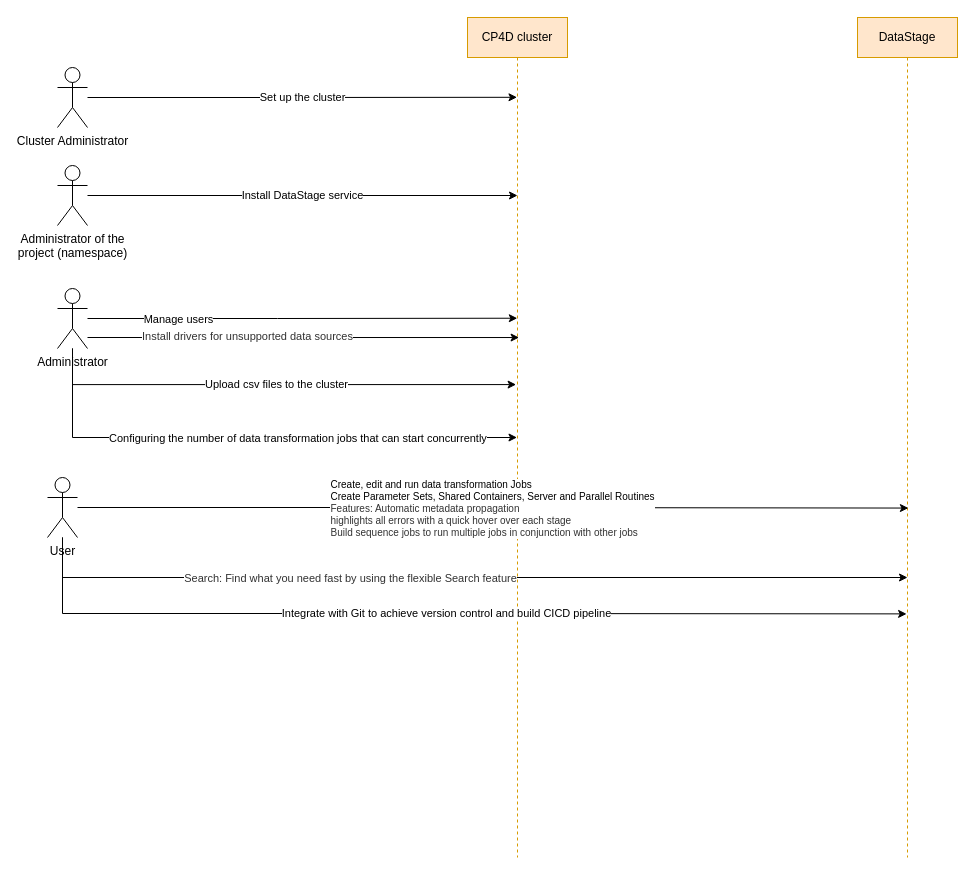
Above: datastage.drawio in kanchantewary/CloudPakForData (draw.io), before the change. Source tidied: cells renumbered, new cells numbered last; positions are measured from the earlier drawing's top-left corner, leaving out a move shared by most shapes. Both pictures are drawn from the tidied source at 100%, with x=0, y=0 at pixel (47, 17).
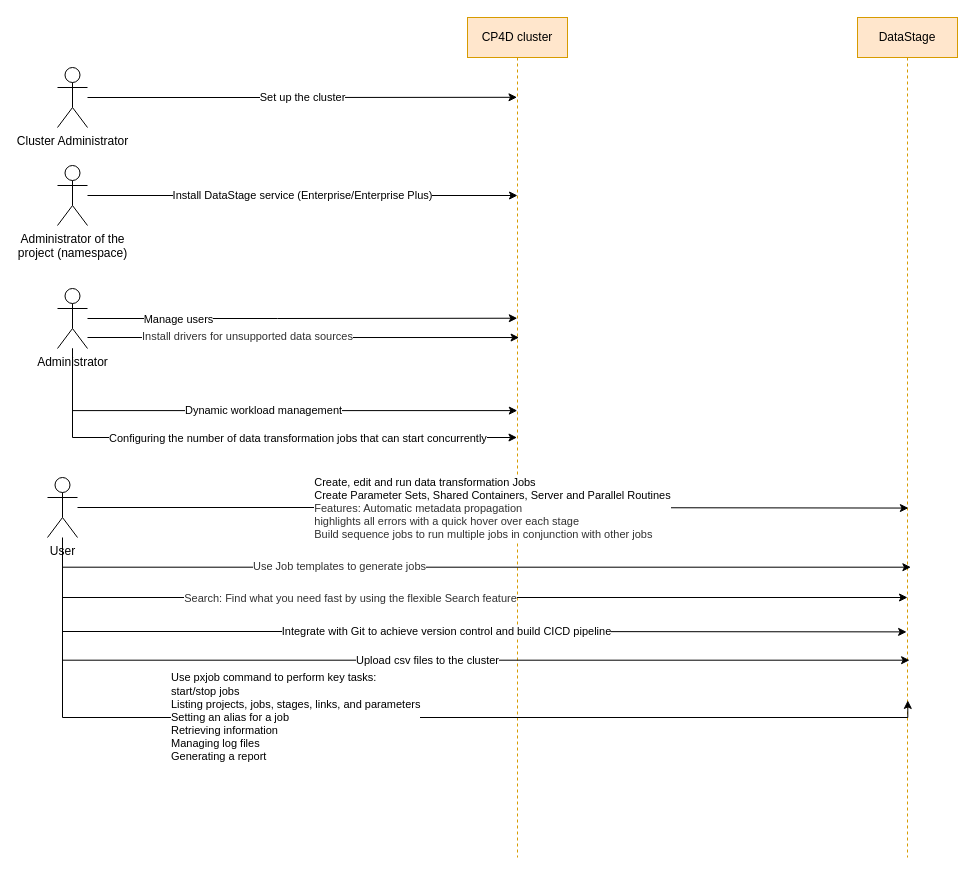
After the change.

The change refers to these unchanged cells:
```xml
<mxCell id="2" value="DataStage" style="shape=umlLifeline;perimeter=lifelinePerimeter;whiteSpace=wrap;html=1;outlineConnect=0;fillColor=#ffe6cc;strokeColor=#d79b00;" parent="1" vertex="1">
  <mxGeometry x="810" width="100" height="840" as="geometry" />
</mxCell>
<mxCell id="4" value="Administrator of the &lt;br&gt;project (namespace)" style="shape=umlActor;verticalLabelPosition=bottom;verticalAlign=top;html=1;outlineConnect=0;" parent="1" vertex="1">
  <mxGeometry x="10" y="148" width="30" height="60" as="geometry" />
</mxCell>
<mxCell id="5" value="CP4D cluster" style="shape=umlLifeline;perimeter=lifelinePerimeter;whiteSpace=wrap;html=1;outlineConnect=0;fillColor=#ffe6cc;strokeColor=#d79b00;" parent="1" vertex="1">
  <mxGeometry x="420" width="100" height="840" as="geometry" />
</mxCell>
<mxCell id="15" value="Administrator" style="shape=umlActor;verticalLabelPosition=bottom;verticalAlign=top;html=1;outlineConnect=0;" parent="1" vertex="1">
  <mxGeometry x="10" y="271" width="30" height="60" as="geometry" />
</mxCell>
<mxCell id="20" value="User" style="shape=umlActor;verticalLabelPosition=bottom;verticalAlign=top;html=1;outlineConnect=0;" parent="1" vertex="1">
  <mxGeometry y="460" width="30" height="60" as="geometry" />
</mxCell>
```

Change to the diagram source:
```diff
@@
-    <mxCell id="3" value="Install DataStage service" style="edgeStyle=orthogonalEdgeStyle;rounded=0;jettySize=auto;html=1;" parent="1" edge="1" source="4">
+    <mxCell id="3" value="Install DataStage service (Enterprise/Enterprise Plus)" style="edgeStyle=orthogonalEdgeStyle;rounded=0;jettySize=auto;html=1;" parent="1" edge="1" source="4">
       <mxGeometry relative="1" as="geometry">
         <mxPoint x="470" y="178" as="targetPoint" />
       </mxGeometry>
     </mxCell>
@@
-    <mxCell id="14" value="Upload csv files to the cluster" style="edgeStyle=orthogonalEdgeStyle;rounded=0;jettySize=auto;html=1;entryX=0.486;entryY=0.437;entryDx=0;entryDy=0;entryPerimeter=0;" parent="1" edge="1" source="15" target="5">
+    <mxCell id="14" value="Upload csv files to the cluster" style="edgeStyle=orthogonalEdgeStyle;rounded=0;orthogonalLoop=1;jettySize=auto;html=1;entryX=0.521;entryY=0.758;entryDx=0;entryDy=0;entryPerimeter=0;" parent="1" edge="1">
       <mxGeometry relative="1" as="geometry">
+        <mxPoint x="15" y="526" as="sourcePoint" />
+        <mxPoint x="862.1" y="642.7" as="targetPoint" />
         <Array as="points">
-          <mxPoint x="25" y="367" />
+          <mxPoint x="15" y="643" />
         </Array>
       </mxGeometry>
     </mxCell>
+    <mxCell id="21" value="Dynamic workload management" style="edgeStyle=orthogonalEdgeStyle;rounded=0;jettySize=auto;html=1;entryX=0.498;entryY=0.468;entryDx=0;entryDy=0;entryPerimeter=0;" parent="1" edge="1" source="15" target="5">
+      <mxGeometry relative="1" as="geometry">
+        <Array as="points">
+          <mxPoint x="25" y="393" />
+        </Array>
+      </mxGeometry>
+    </mxCell>
@@
-    <mxCell id="16" value="&lt;div style=&quot;text-align: left ; font-size: 10px&quot;&gt;&lt;font style=&quot;font-size: 10px&quot;&gt;Create, edit and run data transformation Jobs&lt;/font&gt;&lt;/div&gt;&lt;div style=&quot;text-align: left ; font-size: 10px&quot;&gt;&lt;font style=&quot;font-size: 10px&quot;&gt;Create Parameter Sets, Shared Containers, Server and Parallel Routines&lt;/font&gt;&lt;/div&gt;&lt;font style=&quot;font-size: 10px&quot;&gt;&lt;div style=&quot;text-align: left&quot;&gt;&lt;span style=&quot;color: rgb(50 , 50 , 50)&quot;&gt;&lt;font style=&quot;font-size: 10px&quot;&gt;Features: Automatic metadata propagation&lt;/font&gt;&lt;/span&gt;&lt;/div&gt;&lt;span style=&quot;color: rgb(50 , 50 , 50)&quot;&gt;&lt;div style=&quot;text-align: left&quot;&gt;&lt;font style=&quot;font-size: 10px&quot;&gt;highlights all errors with a quick hover over each stage&lt;/font&gt;&lt;/div&gt;&lt;div style=&quot;text-align: left&quot;&gt;&lt;font style=&quot;font-size: 10px&quot;&gt;Build sequence jobs to run multiple jobs in conjunction with other jobs&lt;/font&gt;&lt;br&gt;&lt;/div&gt;&lt;/span&gt;&lt;/font&gt;" style="edgeStyle=orthogonalEdgeStyle;rounded=0;jettySize=auto;html=1;entryX=0.509;entryY=0.584;entryDx=0;entryDy=0;entryPerimeter=0;" parent="1" edge="1" source="20" target="2">
+    <mxCell id="16" value="&lt;div style=&quot;text-align: left&quot;&gt;&lt;font style=&quot;font-size: 11px&quot;&gt;Create, edit and run data transformation Jobs&lt;/font&gt;&lt;/div&gt;&lt;div style=&quot;text-align: left&quot;&gt;&lt;font style=&quot;font-size: 11px&quot;&gt;Create Parameter Sets, Shared Containers, Server and Parallel Routines&lt;/font&gt;&lt;/div&gt;&lt;font style=&quot;font-size: 11px&quot;&gt;&lt;div style=&quot;text-align: left&quot;&gt;&lt;span style=&quot;color: rgb(50 , 50 , 50)&quot;&gt;&lt;font style=&quot;font-size: 11px&quot;&gt;Features: Automatic metadata propagation&lt;/font&gt;&lt;/span&gt;&lt;/div&gt;&lt;span style=&quot;color: rgb(50 , 50 , 50)&quot;&gt;&lt;div style=&quot;text-align: left&quot;&gt;&lt;font style=&quot;font-size: 11px&quot;&gt;highlights all errors with a quick hover over each stage&lt;/font&gt;&lt;/div&gt;&lt;div style=&quot;text-align: left&quot;&gt;&lt;font style=&quot;font-size: 11px&quot;&gt;Build sequence jobs to run multiple jobs in conjunction with other jobs&lt;/font&gt;&lt;/div&gt;&lt;/span&gt;&lt;/font&gt;" style="edgeStyle=orthogonalEdgeStyle;rounded=0;jettySize=auto;html=1;entryX=0.509;entryY=0.584;entryDx=0;entryDy=0;entryPerimeter=0;" parent="1" edge="1" source="20" target="2">
       <mxGeometry relative="1" as="geometry" />
     </mxCell>
-    <mxCell id="17" style="edgeStyle=orthogonalEdgeStyle;rounded=0;jettySize=auto;html=1;" parent="1" edge="1" source="20">
+    <mxCell id="17" style="edgeStyle=orthogonalEdgeStyle;rounded=0;orthogonalLoop=1;jettySize=auto;html=1;" parent="1" edge="1">
       <mxGeometry relative="1" as="geometry">
-        <mxPoint x="860" y="560" as="targetPoint" />
+        <mxPoint x="15" y="540" as="sourcePoint" />
+        <mxPoint x="860" y="580" as="targetPoint" />
         <Array as="points">
-          <mxPoint x="15" y="560" />
-          <mxPoint x="860" y="560" />
+          <mxPoint x="15" y="580" />
+          <mxPoint x="860" y="580" />
         </Array>
       </mxGeometry>
     </mxCell>
@@
-    <mxCell id="19" value="Integrate with Git to achieve version control and build CICD pipeline" style="edgeStyle=orthogonalEdgeStyle;rounded=0;jettySize=auto;html=1;entryX=0.491;entryY=0.71;entryDx=0;entryDy=0;entryPerimeter=0;" parent="1" edge="1" source="20" target="2">
+    <mxCell id="19" value="Integrate with Git to achieve version control and build CICD pipeline" style="edgeStyle=orthogonalEdgeStyle;rounded=0;orthogonalLoop=1;jettySize=auto;html=1;entryX=0.491;entryY=0.71;entryDx=0;entryDy=0;entryPerimeter=0;" parent="1" edge="1">
       <mxGeometry relative="1" as="geometry">
+        <mxPoint x="15" y="538" as="sourcePoint" />
+        <mxPoint x="859.1" y="614.4" as="targetPoint" />
         <Array as="points">
-          <mxPoint x="15" y="596" />
-          <mxPoint x="420" y="596" />
+          <mxPoint x="15" y="614" />
+          <mxPoint x="420" y="614" />
         </Array>
       </mxGeometry>
     </mxCell>
+    <mxCell id="22" style="edgeStyle=orthogonalEdgeStyle;rounded=0;orthogonalLoop=1;jettySize=auto;html=1;entryX=0.534;entryY=0.633;entryDx=0;entryDy=0;entryPerimeter=0;" parent="1" edge="1">
+      <mxGeometry relative="1" as="geometry">
+        <mxPoint x="15" y="538" as="sourcePoint" />
+        <mxPoint x="863.4" y="549.7" as="targetPoint" />
+        <Array as="points">
+          <mxPoint x="15" y="550" />
+        </Array>
+      </mxGeometry>
+    </mxCell>
+    <mxCell id="23" value="&lt;span style=&quot;color: rgb(50 , 50 , 50) ; text-align: left&quot;&gt;Use Job templates to generate jobs&lt;/span&gt;" style="edgeLabel;html=1;align=center;verticalAlign=middle;" parent="22" vertex="1">
+      <mxGeometry x="-0.33" y="1" relative="1" as="geometry" />
+    </mxCell>
+    <mxCell id="24" value="Use pxjob command to perform key tasks: &lt;br&gt;start/stop jobs&lt;br&gt;&lt;div&gt;Listing projects, jobs, stages, links, and parameters&lt;/div&gt;&lt;div&gt;Setting an alias for a job&lt;/div&gt;&lt;div&gt;Retrieving information&lt;/div&gt;&lt;div&gt;Managing log files&lt;/div&gt;&lt;div&gt;Generating a report&lt;/div&gt;" style="edgeStyle=orthogonalEdgeStyle;rounded=0;jettySize=auto;html=1;entryX=0.503;entryY=0.813;entryDx=0;entryDy=0;entryPerimeter=0;align=left;" parent="1" edge="1" source="20" target="2">
+      <mxGeometry x="-0.65" y="105" relative="1" as="geometry">
+        <Array as="points">
+          <mxPoint x="15" y="700" />
+          <mxPoint x="860" y="700" />
+        </Array>
+        <mxPoint x="105" y="105" as="offset" />
+      </mxGeometry>
+    </mxCell>
```
